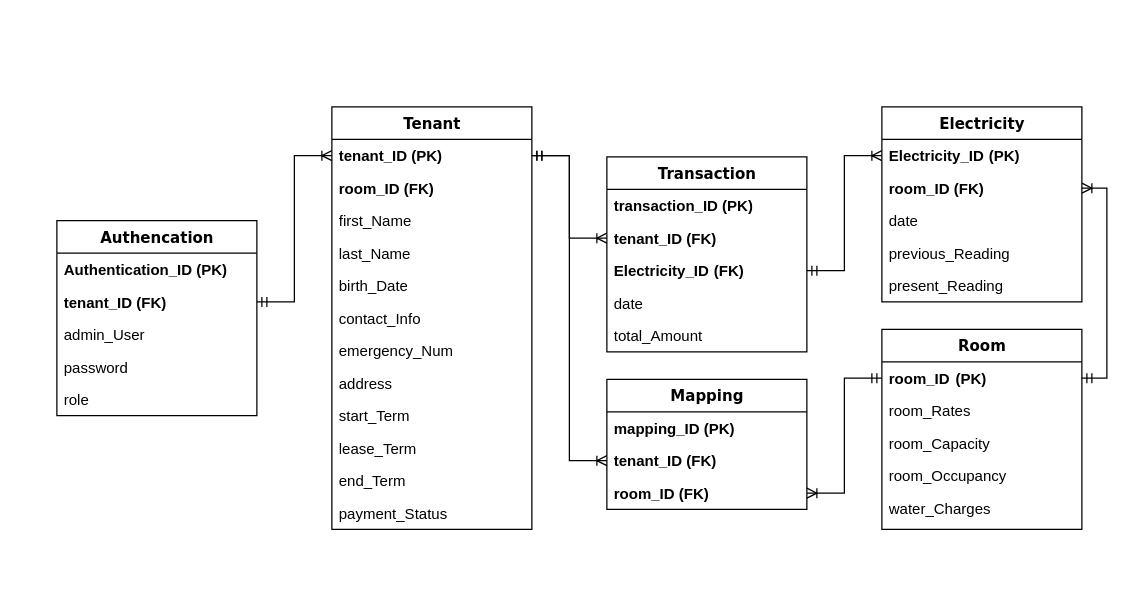
JoshuaMeguiso/thesis-Diagrams keeps this draw.io diagram as database.drawio. Above is the earlier version. Source tidied: cells renumbered, new cells numbered last; positions are measured from the earlier drawing's top-left corner, leaving out a move shared by most shapes. Both pictures are drawn from the tidied source at 125%, with x=0, y=0 at pixel (56, 106).
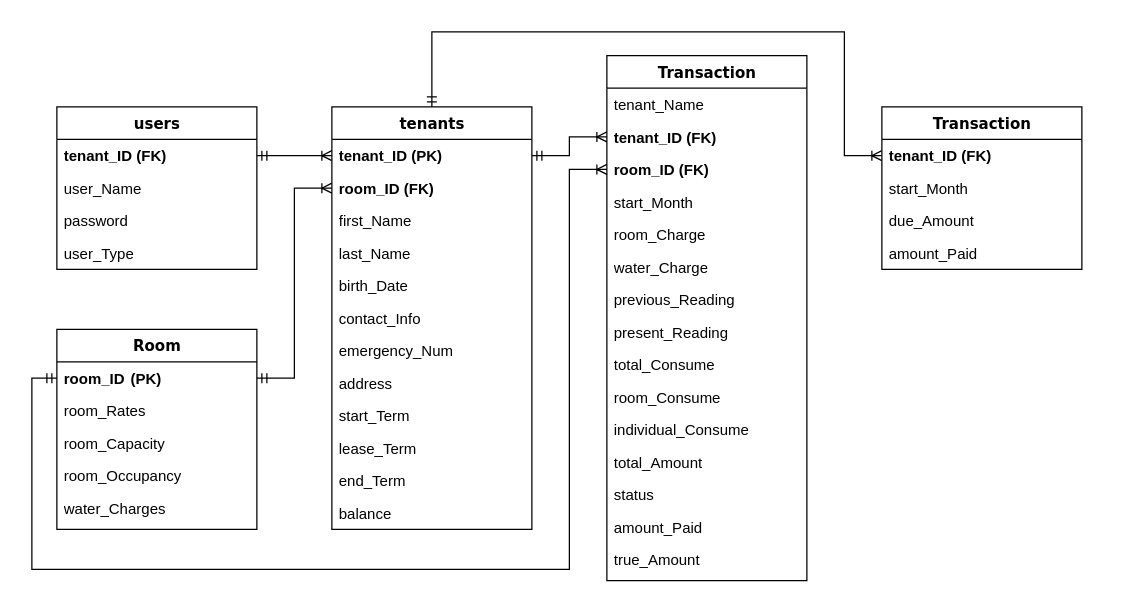
After the change.

Unchanged cells that the change refers to:
```xml
<mxCell id="9" value="tenant_ID (PK)" style="text;html=1;strokeColor=none;fillColor=none;align=left;verticalAlign=top;spacingLeft=4;spacingRight=4;whiteSpace=wrap;overflow=hidden;points=[[0,0.5],[1,0.5]];portConstraint=eastwest;fontStyle=1;" parent="8" vertex="1">
  <mxGeometry y="26" width="160" height="26" as="geometry" />
</mxCell>
<mxCell id="10" value="room_ID (FK)" style="text;html=1;strokeColor=none;fillColor=none;align=left;verticalAlign=top;spacingLeft=4;spacingRight=4;whiteSpace=wrap;overflow=hidden;points=[[0,0.5],[1,0.5]];portConstraint=eastwest;fontStyle=1;" parent="8" vertex="1">
  <mxGeometry y="52" width="160" height="26" as="geometry" />
</mxCell>
<mxCell id="22" value="room_ID&lt;span style=&quot;white-space: pre;&quot;&gt;&#9;&lt;/span&gt;(PK)" style="text;html=1;strokeColor=none;fillColor=none;align=left;verticalAlign=top;spacingLeft=4;spacingRight=4;whiteSpace=wrap;overflow=hidden;points=[[0,0.5],[1,0.5]];portConstraint=eastwest;fontStyle=1;" parent="21" vertex="1">
  <mxGeometry y="26" width="160" height="26" as="geometry" />
</mxCell>
<mxCell id="30" value="tenant_ID (FK)" style="text;html=1;strokeColor=none;fillColor=none;align=left;verticalAlign=top;spacingLeft=4;spacingRight=4;whiteSpace=wrap;overflow=hidden;points=[[0,0.5],[1,0.5]];portConstraint=eastwest;fontStyle=1;" parent="28" vertex="1">
  <mxGeometry y="52" width="160" height="26" as="geometry" />
</mxCell>
```

Change to the diagram source:
```diff
@@
-    <mxCell id="2" value="Authencation" style="swimlane;html=1;fontStyle=1;align=center;verticalAlign=top;horizontal=1;startSize=26;swimlaneFillColor=#ffffff;rounded=0;shadow=0;comic=0;labelBackgroundColor=none;strokeWidth=1;fillColor=none;fontFamily=Verdana;fontSize=12;" parent="1" vertex="1">
-      <mxGeometry y="91" width="160" height="156" as="geometry" />
+    <mxCell id="2" value="users" style="swimlane;html=1;fontStyle=1;align=center;verticalAlign=top;horizontal=1;startSize=26;swimlaneFillColor=#ffffff;rounded=0;shadow=0;comic=0;labelBackgroundColor=none;strokeWidth=1;fillColor=none;fontFamily=Verdana;fontSize=12;" parent="1" vertex="1">
+      <mxGeometry width="160" height="130" as="geometry" />
     </mxCell>
-    <mxCell id="3" value="Authentication_ID (PK)" style="text;html=1;strokeColor=none;fillColor=none;align=left;verticalAlign=top;spacingLeft=4;spacingRight=4;whiteSpace=wrap;overflow=hidden;fontStyle=1;" parent="2" vertex="1">
-      <mxGeometry y="26" width="160" height="26" as="geometry" />
-    </mxCell>
     <mxCell id="4" value="tenant_ID (FK)" style="text;html=1;strokeColor=none;fillColor=none;align=left;verticalAlign=top;spacingLeft=4;spacingRight=4;whiteSpace=wrap;overflow=hidden;points=[[0,0.5],[1,0.5]];portConstraint=eastwest;fontStyle=1;" parent="2" vertex="1">
-      <mxGeometry y="52" width="160" height="26" as="geometry" />
+      <mxGeometry y="26" width="160" height="26" as="geometry" />
     </mxCell>
-    <mxCell id="5" value="admin_User" style="text;html=1;strokeColor=none;fillColor=none;align=left;verticalAlign=top;spacingLeft=4;spacingRight=4;whiteSpace=wrap;overflow=hidden;" parent="2" vertex="1">
-      <mxGeometry y="78" width="160" height="26" as="geometry" />
+    <mxCell id="5" value="user_Name" style="text;html=1;strokeColor=none;fillColor=none;align=left;verticalAlign=top;spacingLeft=4;spacingRight=4;whiteSpace=wrap;overflow=hidden;" parent="2" vertex="1">
+      <mxGeometry y="52" width="160" height="26" as="geometry" />
     </mxCell>
     <mxCell id="6" value="password" style="text;html=1;strokeColor=none;fillColor=none;align=left;verticalAlign=top;spacingLeft=4;spacingRight=4;whiteSpace=wrap;overflow=hidden;" parent="2" vertex="1">
-      <mxGeometry y="104" width="160" height="26" as="geometry" />
+      <mxGeometry y="78" width="160" height="26" as="geometry" />
     </mxCell>
-    <mxCell id="7" value="role" style="text;html=1;strokeColor=none;fillColor=none;align=left;verticalAlign=top;spacingLeft=4;spacingRight=4;whiteSpace=wrap;overflow=hidden;" parent="2" vertex="1">
-      <mxGeometry y="130" width="160" height="26" as="geometry" />
+    <mxCell id="7" value="user_Type" style="text;html=1;strokeColor=none;fillColor=none;align=left;verticalAlign=top;spacingLeft=4;spacingRight=4;whiteSpace=wrap;overflow=hidden;" parent="2" vertex="1">
+      <mxGeometry y="104" width="160" height="26" as="geometry" />
     </mxCell>
+    <mxCell id="49" style="edgeStyle=orthogonalEdgeStyle;rounded=0;jettySize=auto;html=1;exitX=0.5;exitY=0;exitDx=0;exitDy=0;entryX=0;entryY=0.5;entryDx=0;entryDy=0;startArrow=ERmandOne;startFill=0;endArrow=ERoneToMany;endFill=0;" parent="1" edge="1" source="8" target="43">
+      <mxGeometry relative="1" as="geometry">
+        <Array as="points">
+          <mxPoint x="300" y="-60" />
+          <mxPoint x="630" y="-60" />
+          <mxPoint x="630" y="39" />
+        </Array>
+      </mxGeometry>
+    </mxCell>
-    <mxCell id="8" value="Tenant" style="swimlane;html=1;fontStyle=1;align=center;verticalAlign=top;horizontal=1;startSize=26;swimlaneFillColor=#ffffff;rounded=0;shadow=0;comic=0;labelBackgroundColor=none;strokeWidth=1;fillColor=none;fontFamily=Verdana;fontSize=12;" parent="1" vertex="1">
+    <mxCell id="8" value="tenants" style="swimlane;html=1;fontStyle=1;align=center;verticalAlign=top;horizontal=1;startSize=26;swimlaneFillColor=#ffffff;rounded=0;shadow=0;comic=0;labelBackgroundColor=none;strokeWidth=1;fillColor=none;fontFamily=Verdana;fontSize=12;" parent="1" vertex="1">
       <mxGeometry x="220" width="160" height="338" as="geometry" />
     </mxCell>
@@
-    <mxCell id="20" value="payment_Status" style="text;html=1;strokeColor=none;fillColor=none;align=left;verticalAlign=top;spacingLeft=4;spacingRight=4;whiteSpace=wrap;overflow=hidden;" parent="8" vertex="1">
-      <mxGeometry y="312" width="160" height="26" as="geometry" />
-    </mxCell>
+    <mxCell id="50" value="&lt;span style=&quot;font-weight: 400;&quot;&gt;balance&lt;/span&gt;" style="text;html=1;strokeColor=none;fillColor=none;align=left;verticalAlign=top;spacingLeft=4;spacingRight=4;whiteSpace=wrap;overflow=hidden;fontStyle=1;" parent="8" vertex="1">
+      <mxGeometry y="312" width="160" height="26" as="geometry" />
+    </mxCell>
     <mxCell id="21" value="Room" style="swimlane;html=1;fontStyle=1;align=center;verticalAlign=top;horizontal=1;startSize=26;swimlaneFillColor=#ffffff;rounded=0;shadow=0;comic=0;labelBackgroundColor=none;strokeWidth=1;fillColor=none;fontFamily=Verdana;fontSize=12;" parent="1" vertex="1">
-      <mxGeometry x="660" y="178" width="160" height="160" as="geometry" />
+      <mxGeometry y="178" width="160" height="160" as="geometry" />
     </mxCell>
@@
     <mxCell id="28" value="Transaction" style="swimlane;html=1;fontStyle=1;align=center;verticalAlign=top;horizontal=1;startSize=26;swimlaneFillColor=#ffffff;rounded=0;shadow=0;comic=0;labelBackgroundColor=none;strokeWidth=1;fillColor=none;fontFamily=Verdana;fontSize=12;" parent="1" vertex="1">
-      <mxGeometry x="440" y="40" width="160" height="156" as="geometry" />
+      <mxGeometry x="440" y="-41" width="160" height="420" as="geometry" />
     </mxCell>
-    <mxCell id="29" value="transaction_ID (PK)" style="text;html=1;strokeColor=none;fillColor=none;align=left;verticalAlign=top;spacingLeft=4;spacingRight=4;whiteSpace=wrap;overflow=hidden;fontStyle=1;" parent="28" vertex="1">
-      <mxGeometry y="26" width="160" height="26" as="geometry" />
-    </mxCell>
+    <mxCell id="51" value="tenant_Name" style="text;html=1;strokeColor=none;fillColor=none;align=left;verticalAlign=top;spacingLeft=4;spacingRight=4;whiteSpace=wrap;overflow=hidden;" parent="28" vertex="1">
+      <mxGeometry y="26" width="160" height="26" as="geometry" />
+    </mxCell>
@@
-    <mxCell id="31" value="Electricity_ID&lt;span style=&quot;white-space: pre;&quot;&gt;&#9;&lt;/span&gt;(FK)" style="text;html=1;strokeColor=none;fillColor=none;align=left;verticalAlign=top;spacingLeft=4;spacingRight=4;whiteSpace=wrap;overflow=hidden;points=[[0,0.5],[1,0.5]];portConstraint=eastwest;fontStyle=1;" parent="28" vertex="1">
-      <mxGeometry y="78" width="160" height="26" as="geometry" />
-    </mxCell>
+    <mxCell id="44" value="room_ID (FK)" style="text;html=1;strokeColor=none;fillColor=none;align=left;verticalAlign=top;spacingLeft=4;spacingRight=4;whiteSpace=wrap;overflow=hidden;points=[[0,0.5],[1,0.5]];portConstraint=eastwest;fontStyle=1;" parent="28" vertex="1">
+      <mxGeometry y="78" width="160" height="26" as="geometry" />
+    </mxCell>
-    <mxCell id="32" value="date" style="text;html=1;strokeColor=none;fillColor=none;align=left;verticalAlign=top;spacingLeft=4;spacingRight=4;whiteSpace=wrap;overflow=hidden;" parent="28" vertex="1">
+    <mxCell id="32" value="start_Month" style="text;html=1;strokeColor=none;fillColor=none;align=left;verticalAlign=top;spacingLeft=4;spacingRight=4;whiteSpace=wrap;overflow=hidden;" parent="28" vertex="1">
       <mxGeometry y="104" width="160" height="26" as="geometry" />
     </mxCell>
+    <mxCell id="52" value="room_Charge" style="text;html=1;strokeColor=none;fillColor=none;align=left;verticalAlign=top;spacingLeft=4;spacingRight=4;whiteSpace=wrap;overflow=hidden;" parent="28" vertex="1">
+      <mxGeometry y="130" width="160" height="26" as="geometry" />
+    </mxCell>
-    <mxCell id="33" value="total_Amount" style="text;html=1;strokeColor=none;fillColor=none;align=left;verticalAlign=top;spacingLeft=4;spacingRight=4;whiteSpace=wrap;overflow=hidden;" parent="28" vertex="1">
-      <mxGeometry y="130" width="160" height="26" as="geometry" />
+    <mxCell id="33" value="water_Charge" style="text;html=1;strokeColor=none;fillColor=none;align=left;verticalAlign=top;spacingLeft=4;spacingRight=4;whiteSpace=wrap;overflow=hidden;" parent="28" vertex="1">
+      <mxGeometry y="156" width="160" height="26" as="geometry" />
     </mxCell>
-    <mxCell id="34" value="Electricity" style="swimlane;html=1;fontStyle=1;align=center;verticalAlign=top;horizontal=1;startSize=26;swimlaneFillColor=#ffffff;rounded=0;shadow=0;comic=0;labelBackgroundColor=none;strokeWidth=1;fillColor=none;fontFamily=Verdana;fontSize=12;" parent="1" vertex="1">
-      <mxGeometry x="660" width="160" height="156" as="geometry" />
-    </mxCell>
-    <mxCell id="35" value="Electricity_ID&lt;span style=&quot;white-space: pre;&quot;&gt;&#9;&lt;/span&gt;(PK)" style="text;html=1;strokeColor=none;fillColor=none;align=left;verticalAlign=top;spacingLeft=4;spacingRight=4;whiteSpace=wrap;overflow=hidden;points=[[0,0.5],[1,0.5]];portConstraint=eastwest;fontStyle=1;" parent="34" vertex="1">
-      <mxGeometry y="26" width="160" height="26" as="geometry" />
-    </mxCell>
-    <mxCell id="36" value="room_ID (FK)" style="text;html=1;strokeColor=none;fillColor=none;align=left;verticalAlign=top;spacingLeft=4;spacingRight=4;whiteSpace=wrap;overflow=hidden;points=[[0,0.5],[1,0.5]];portConstraint=eastwest;fontStyle=1;" parent="34" vertex="1">
-      <mxGeometry y="52" width="160" height="26" as="geometry" />
-    </mxCell>
-    <mxCell id="37" value="date" style="text;html=1;strokeColor=none;fillColor=none;align=left;verticalAlign=top;spacingLeft=4;spacingRight=4;whiteSpace=wrap;overflow=hidden;fontStyle=0;" parent="34" vertex="1">
-      <mxGeometry y="78" width="160" height="26" as="geometry" />
-    </mxCell>
-    <mxCell id="38" value="previous_Reading" style="text;html=1;strokeColor=none;fillColor=none;align=left;verticalAlign=top;spacingLeft=4;spacingRight=4;whiteSpace=wrap;overflow=hidden;fontStyle=0;" parent="34" vertex="1">
-      <mxGeometry y="104" width="160" height="26" as="geometry" />
+    <mxCell id="38" value="previous_Reading" style="text;html=1;strokeColor=none;fillColor=none;align=left;verticalAlign=top;spacingLeft=4;spacingRight=4;whiteSpace=wrap;overflow=hidden;" parent="28" vertex="1">
+      <mxGeometry y="182" width="160" height="26" as="geometry" />
     </mxCell>
-    <mxCell id="39" value="present_Reading" style="text;html=1;strokeColor=none;fillColor=none;align=left;verticalAlign=top;spacingLeft=4;spacingRight=4;whiteSpace=wrap;overflow=hidden;" parent="34" vertex="1">
-      <mxGeometry y="130" width="160" height="26" as="geometry" />
+    <mxCell id="39" value="present_Reading" style="text;html=1;strokeColor=none;fillColor=none;align=left;verticalAlign=top;spacingLeft=4;spacingRight=4;whiteSpace=wrap;overflow=hidden;" parent="28" vertex="1">
+      <mxGeometry y="208" width="160" height="26" as="geometry" />
     </mxCell>
-    <mxCell id="40" style="edgeStyle=orthogonalEdgeStyle;rounded=0;jettySize=auto;html=1;exitX=1;exitY=0.5;exitDx=0;exitDy=0;entryX=1;entryY=0.5;entryDx=0;entryDy=0;startArrow=ERmandOne;startFill=0;endArrow=ERoneToMany;endFill=0;" parent="1" edge="1" source="22" target="36">
-      <mxGeometry relative="1" as="geometry" />
-    </mxCell>
-    <mxCell id="41" value="Mapping" style="swimlane;html=1;fontStyle=1;align=center;verticalAlign=top;horizontal=1;startSize=26;swimlaneFillColor=#ffffff;rounded=0;shadow=0;comic=0;labelBackgroundColor=none;strokeWidth=1;fillColor=none;fontFamily=Verdana;fontSize=12;" parent="1" vertex="1">
-      <mxGeometry x="440" y="218" width="160" height="104" as="geometry" />
-    </mxCell>
-    <mxCell id="42" value="&lt;b&gt;mapping_ID (PK)&lt;/b&gt;" style="text;html=1;strokeColor=none;fillColor=none;align=left;verticalAlign=top;spacingLeft=4;spacingRight=4;whiteSpace=wrap;overflow=hidden;" parent="41" vertex="1">
-      <mxGeometry y="26" width="160" height="26" as="geometry" />
-    </mxCell>
+    <mxCell id="53" value="total_Consume" style="text;html=1;strokeColor=none;fillColor=none;align=left;verticalAlign=top;spacingLeft=4;spacingRight=4;whiteSpace=wrap;overflow=hidden;" parent="28" vertex="1">
+      <mxGeometry y="234" width="160" height="26" as="geometry" />
+    </mxCell>
+    <mxCell id="54" value="room_Consume" style="text;html=1;strokeColor=none;fillColor=none;align=left;verticalAlign=top;spacingLeft=4;spacingRight=4;whiteSpace=wrap;overflow=hidden;" parent="28" vertex="1">
+      <mxGeometry y="260" width="160" height="26" as="geometry" />
+    </mxCell>
+    <mxCell id="55" value="individual_Consume" style="text;html=1;strokeColor=none;fillColor=none;align=left;verticalAlign=top;spacingLeft=4;spacingRight=4;whiteSpace=wrap;overflow=hidden;" parent="28" vertex="1">
+      <mxGeometry y="286" width="160" height="26" as="geometry" />
+    </mxCell>
+    <mxCell id="56" value="total_Amount" style="text;html=1;strokeColor=none;fillColor=none;align=left;verticalAlign=top;spacingLeft=4;spacingRight=4;whiteSpace=wrap;overflow=hidden;" parent="28" vertex="1">
+      <mxGeometry y="312" width="160" height="26" as="geometry" />
+    </mxCell>
+    <mxCell id="57" value="status" style="text;html=1;strokeColor=none;fillColor=none;align=left;verticalAlign=top;spacingLeft=4;spacingRight=4;whiteSpace=wrap;overflow=hidden;" parent="28" vertex="1">
+      <mxGeometry y="338" width="160" height="26" as="geometry" />
+    </mxCell>
+    <mxCell id="58" value="amount_Paid" style="text;html=1;strokeColor=none;fillColor=none;align=left;verticalAlign=top;spacingLeft=4;spacingRight=4;whiteSpace=wrap;overflow=hidden;" parent="28" vertex="1">
+      <mxGeometry y="364" width="160" height="26" as="geometry" />
+    </mxCell>
+    <mxCell id="59" value="true_Amount" style="text;html=1;strokeColor=none;fillColor=none;align=left;verticalAlign=top;spacingLeft=4;spacingRight=4;whiteSpace=wrap;overflow=hidden;" parent="28" vertex="1">
+      <mxGeometry y="390" width="160" height="26" as="geometry" />
+    </mxCell>
+    <mxCell id="60" style="edgeStyle=orthogonalEdgeStyle;rounded=0;jettySize=auto;html=1;entryX=0;entryY=0.5;entryDx=0;entryDy=0;startArrow=ERmandOne;startFill=0;endArrow=ERoneToMany;endFill=0;" parent="1" edge="1" source="22" target="10">
+      <mxGeometry relative="1" as="geometry" />
+    </mxCell>
+    <mxCell id="47" style="edgeStyle=orthogonalEdgeStyle;rounded=0;jettySize=auto;html=1;exitX=1;exitY=0.5;exitDx=0;exitDy=0;entryX=0;entryY=0.5;entryDx=0;entryDy=0;startArrow=ERmandOne;startFill=0;endArrow=ERoneToMany;endFill=0;" parent="1" edge="1" source="9" target="30">
+      <mxGeometry relative="1" as="geometry" />
+    </mxCell>
+    <mxCell id="45" style="edgeStyle=orthogonalEdgeStyle;rounded=0;jettySize=auto;html=1;entryX=0;entryY=0.5;entryDx=0;entryDy=0;startArrow=ERmandOne;startFill=0;endArrow=ERoneToMany;endFill=0;exitX=0;exitY=0.5;exitDx=0;exitDy=0;" parent="1" edge="1" source="22" target="44">
+      <mxGeometry relative="1" as="geometry">
+        <Array as="points">
+          <mxPoint x="-20" y="217" />
+          <mxPoint x="-20" y="370" />
+          <mxPoint x="410" y="370" />
+          <mxPoint x="410" y="50" />
+        </Array>
+      </mxGeometry>
+    </mxCell>
+    <mxCell id="61" value="Transaction" style="swimlane;html=1;fontStyle=1;align=center;verticalAlign=top;horizontal=1;startSize=26;swimlaneFillColor=#ffffff;rounded=0;shadow=0;comic=0;labelBackgroundColor=none;strokeWidth=1;fillColor=none;fontFamily=Verdana;fontSize=12;" parent="1" vertex="1">
+      <mxGeometry x="660" width="160" height="130" as="geometry" />
+    </mxCell>
-    <mxCell id="43" value="&lt;b&gt;tenant_ID (FK)&lt;/b&gt;" style="text;html=1;strokeColor=none;fillColor=none;align=left;verticalAlign=top;spacingLeft=4;spacingRight=4;whiteSpace=wrap;overflow=hidden;points=[[0,0.5],[1,0.5]];portConstraint=eastwest;" parent="41" vertex="1">
-      <mxGeometry y="52" width="160" height="26" as="geometry" />
+    <mxCell id="43" value="tenant_ID (FK)" style="text;html=1;strokeColor=none;fillColor=none;align=left;verticalAlign=top;spacingLeft=4;spacingRight=4;whiteSpace=wrap;overflow=hidden;points=[[0,0.5],[1,0.5]];portConstraint=eastwest;fontStyle=1;" parent="61" vertex="1">
+      <mxGeometry y="26" width="160" height="26" as="geometry" />
     </mxCell>
-    <mxCell id="44" value="room_ID (FK)" style="text;html=1;strokeColor=none;fillColor=none;align=left;verticalAlign=top;spacingLeft=4;spacingRight=4;whiteSpace=wrap;overflow=hidden;points=[[0,0.5],[1,0.5]];portConstraint=eastwest;fontStyle=1;" parent="41" vertex="1">
-      <mxGeometry y="78" width="160" height="26" as="geometry" />
-    </mxCell>
-    <mxCell id="45" style="edgeStyle=orthogonalEdgeStyle;rounded=0;jettySize=auto;html=1;exitX=0;exitY=0.5;exitDx=0;exitDy=0;entryX=1;entryY=0.5;entryDx=0;entryDy=0;startArrow=ERmandOne;startFill=0;endArrow=ERoneToMany;endFill=0;" parent="1" edge="1" source="22" target="44">
-      <mxGeometry relative="1" as="geometry" />
-    </mxCell>
-    <mxCell id="46" style="edgeStyle=orthogonalEdgeStyle;rounded=0;jettySize=auto;html=1;exitX=1;exitY=0.5;exitDx=0;exitDy=0;entryX=0;entryY=0.5;entryDx=0;entryDy=0;startArrow=ERmandOne;startFill=0;endArrow=ERoneToMany;endFill=0;" parent="1" edge="1" source="9" target="43">
-      <mxGeometry relative="1" as="geometry" />
-    </mxCell>
-    <mxCell id="47" style="edgeStyle=orthogonalEdgeStyle;rounded=0;jettySize=auto;html=1;exitX=1;exitY=0.5;exitDx=0;exitDy=0;entryX=0;entryY=0.5;entryDx=0;entryDy=0;startArrow=ERmandOne;startFill=0;endArrow=ERoneToMany;endFill=0;" parent="1" edge="1" source="9" target="30">
-      <mxGeometry relative="1" as="geometry" />
-    </mxCell>
-    <mxCell id="48" style="edgeStyle=orthogonalEdgeStyle;rounded=0;jettySize=auto;html=1;exitX=1;exitY=0.5;exitDx=0;exitDy=0;entryX=0;entryY=0.5;entryDx=0;entryDy=0;startArrow=ERmandOne;startFill=0;endArrow=ERoneToMany;endFill=0;" parent="1" edge="1" source="31" target="35">
-      <mxGeometry relative="1" as="geometry" />
-    </mxCell>
+    <mxCell id="62" value="start_Month" style="text;html=1;strokeColor=none;fillColor=none;align=left;verticalAlign=top;spacingLeft=4;spacingRight=4;whiteSpace=wrap;overflow=hidden;" parent="61" vertex="1">
+      <mxGeometry y="52" width="160" height="26" as="geometry" />
+    </mxCell>
+    <mxCell id="63" value="due_Amount" style="text;html=1;strokeColor=none;fillColor=none;align=left;verticalAlign=top;spacingLeft=4;spacingRight=4;whiteSpace=wrap;overflow=hidden;" parent="61" vertex="1">
+      <mxGeometry y="78" width="160" height="26" as="geometry" />
+    </mxCell>
+    <mxCell id="64" value="amount_Paid" style="text;html=1;strokeColor=none;fillColor=none;align=left;verticalAlign=top;spacingLeft=4;spacingRight=4;whiteSpace=wrap;overflow=hidden;" parent="61" vertex="1">
+      <mxGeometry y="104" width="160" height="26" as="geometry" />
+    </mxCell>
```
